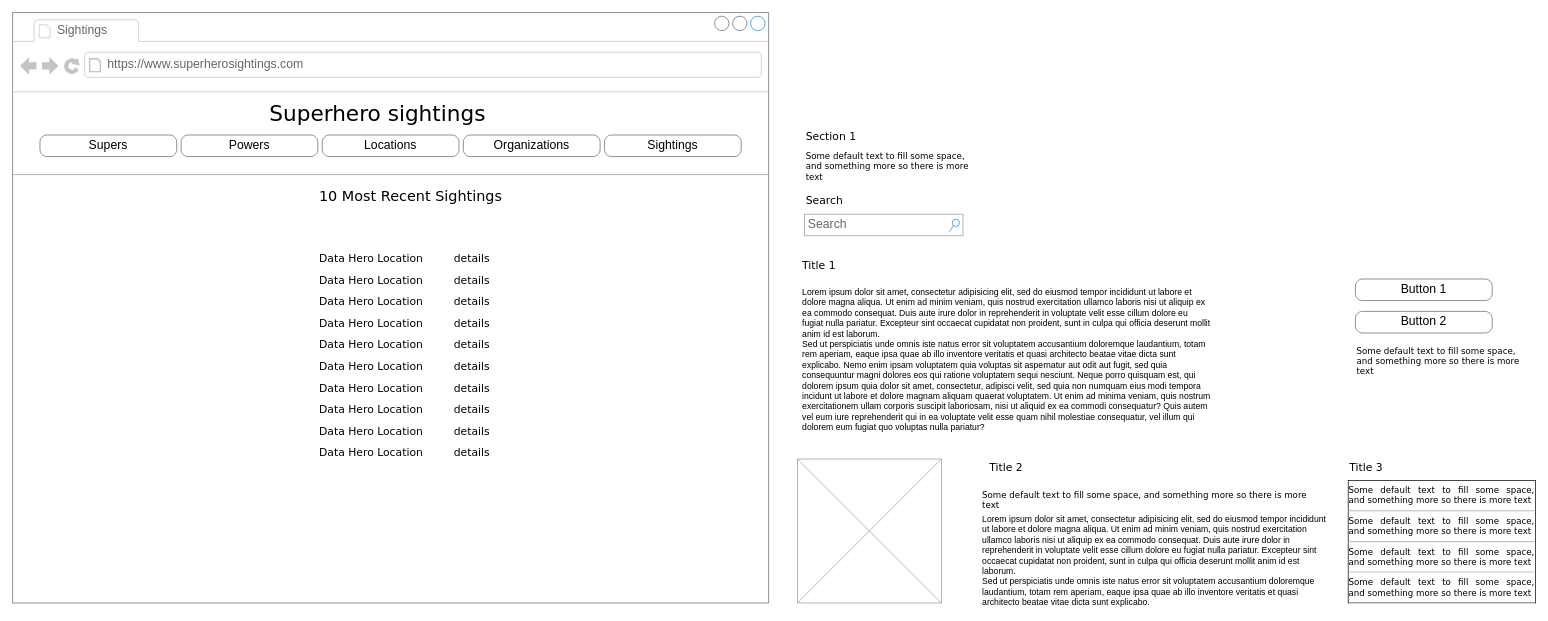
This is superherosighting-wireframes/wireframe_01_index.drawio from The-Software-Guild/superhero-sightings-cindyokino, a draw.io file, before an edit. Source tidied: cells renumbered, new cells numbered last; positions are measured from the earlier drawing's top-left corner, leaving out a move shared by most shapes. Both pictures are drawn from the tidied source at 72%, with x=0, y=0 at pixel (12, 12).
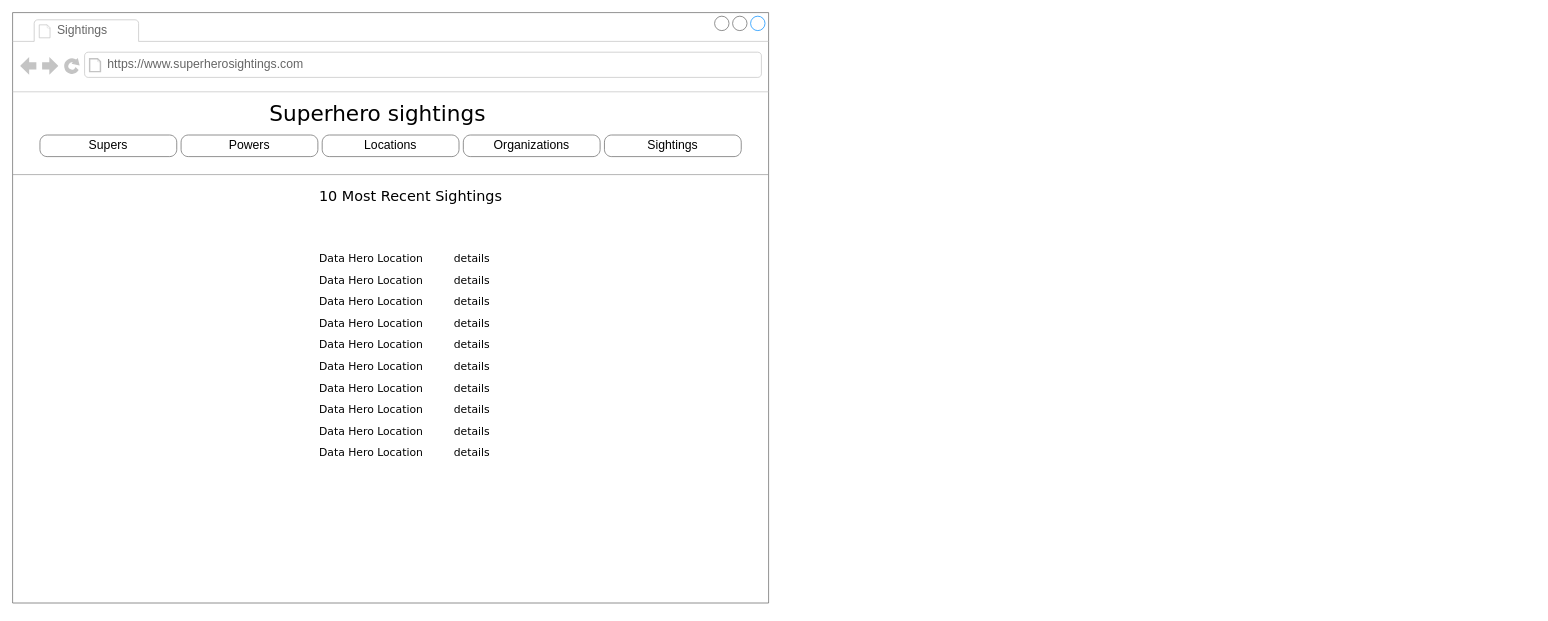
After the change.

Diff of the diagram source:
```diff
@@
-    <mxCell id="23" value="Section 1" style="text;html=1;align=left;verticalAlign=top;spacingTop=-4;fontSize=15;fontFamily=Verdana;" parent="1" vertex="1">
-      <mxGeometry x="1100" y="160" width="170" height="30" as="geometry" />
-    </mxCell>
-    <mxCell id="24" value="Some default text to fill some space, and&amp;nbsp;&lt;span&gt;something more so there is more text&lt;/span&gt;" style="text;html=1;align=left;verticalAlign=top;spacingTop=-4;fontSize=12;fontFamily=Verdana;whiteSpace=wrap;" parent="1" vertex="1">
-      <mxGeometry x="1100" y="190" width="240" height="40" as="geometry" />
-    </mxCell>
-    <mxCell id="25" value="Search" style="text;html=1;align=left;verticalAlign=top;spacingTop=-4;fontSize=15;fontFamily=Verdana;" parent="1" vertex="1">
-      <mxGeometry x="1100" y="250" width="170" height="30" as="geometry" />
-    </mxCell>
-    <mxCell id="26" value="Search" style="strokeWidth=1;shadow=0;dashed=0;align=center;html=1;shape=mxgraph.mockup.forms.searchBox;strokeColor=#999999;mainText=;strokeColor2=#008cff;fontColor=#666666;fontSize=17;align=left;spacingLeft=3;rounded=0;labelBackgroundColor=none;" parent="1" vertex="1">
-      <mxGeometry x="1100" y="280" width="220" height="30" as="geometry" />
-    </mxCell>
-    <mxCell id="27" value="Title 1" style="text;html=1;align=left;verticalAlign=top;spacingTop=-4;fontSize=15;fontFamily=Verdana;" parent="1" vertex="1">
-      <mxGeometry x="1095" y="340" width="170" height="30" as="geometry" />
-    </mxCell>
-    <mxCell id="28" value="Lorem ipsum dolor sit amet, consectetur adipisicing elit, sed do eiusmod tempor incididunt ut labore et dolore magna aliqua. Ut enim ad minim veniam, quis nostrud exercitation ullamco laboris nisi ut aliquip ex ea commodo consequat. Duis aute irure dolor in reprehenderit in voluptate velit esse cillum dolore eu fugiat nulla pariatur. Excepteur sint occaecat cupidatat non proident, sunt in culpa qui officia deserunt mollit anim id est laborum.&#10;Sed ut perspiciatis unde omnis iste natus error sit voluptatem accusantium doloremque laudantium, totam rem aperiam, eaque ipsa quae ab illo inventore veritatis et quasi architecto beatae vitae dicta sunt explicabo. Nemo enim ipsam voluptatem quia voluptas sit aspernatur aut odit aut fugit, sed quia consequuntur magni dolores eos qui ratione voluptatem sequi nesciunt. Neque porro quisquam est, qui dolorem ipsum quia dolor sit amet, consectetur, adipisci velit, sed quia non numquam eius modi tempora incidunt ut labore et dolore magnam aliquam quaerat voluptatem. Ut enim ad minima veniam, quis nostrum exercitationem ullam corporis suscipit laboriosam, nisi ut aliquid ex ea commodi consequatur? Quis autem vel eum iure reprehenderit qui in ea voluptate velit esse quam nihil molestiae consequatur, vel illum qui dolorem eum fugiat quo voluptas nulla pariatur?" style="text;spacingTop=-5;whiteSpace=wrap;html=1;align=left;fontSize=12;fontFamily=Helvetica;fillColor=none;strokeColor=none;rounded=0;shadow=1;labelBackgroundColor=none;" parent="1" vertex="1">
-      <mxGeometry x="1095" y="380" width="570" height="240" as="geometry" />
-    </mxCell>
-    <mxCell id="29" style="verticalLabelPosition=bottom;shadow=0;dashed=0;align=center;html=1;verticalAlign=top;strokeWidth=1;shape=mxgraph.mockup.graphics.simpleIcon;strokeColor=#999999;fillColor=#ffffff;rounded=0;labelBackgroundColor=none;fontFamily=Verdana;fontSize=12;fontColor=#000000;" parent="1" vertex="1">
-      <mxGeometry x="1090" y="620" width="200" height="200" as="geometry" />
-    </mxCell>
-    <mxCell id="30" value="Lorem ipsum dolor sit amet, consectetur adipisicing elit, sed do eiusmod tempor incididunt ut labore et dolore magna aliqua. Ut enim ad minim veniam, quis nostrud exercitation ullamco laboris nisi ut aliquip ex ea commodo consequat. Duis aute irure dolor in reprehenderit in voluptate velit esse cillum dolore eu fugiat nulla pariatur. Excepteur sint occaecat cupidatat non proident, sunt in culpa qui officia deserunt mollit anim id est laborum.&lt;br&gt;Sed ut perspiciatis unde omnis iste natus error sit voluptatem accusantium doloremque laudantium, totam rem aperiam, eaque ipsa quae ab illo inventore veritatis et quasi architecto beatae vitae dicta sunt explicabo.&amp;nbsp;" style="text;spacingTop=-5;whiteSpace=wrap;html=1;align=left;fontSize=12;fontFamily=Helvetica;fillColor=none;strokeColor=none;rounded=0;shadow=1;labelBackgroundColor=none;" parent="1" vertex="1">
-      <mxGeometry x="1345" y="695" width="490" height="125" as="geometry" />
-    </mxCell>
-    <mxCell id="31" value="Title 2" style="text;html=1;align=left;verticalAlign=top;spacingTop=-4;fontSize=15;fontFamily=Verdana;" parent="1" vertex="1">
-      <mxGeometry x="1355" y="620" width="170" height="30" as="geometry" />
-    </mxCell>
-    <mxCell id="32" value="Some default text to fill some space, and&amp;nbsp;&lt;span&gt;something more so there is more text&lt;/span&gt;" style="text;html=1;align=left;verticalAlign=top;spacingTop=-4;fontSize=12;fontFamily=Verdana;whiteSpace=wrap;" parent="1" vertex="1">
-      <mxGeometry x="1345" y="660" width="470" height="40" as="geometry" />
-    </mxCell>
-    <mxCell id="33" value="Button 2" style="strokeWidth=1;shadow=0;dashed=0;align=center;html=1;shape=mxgraph.mockup.buttons.button;strokeColor=#666666;mainText=;buttonStyle=round;fontSize=17;fontStyle=0;fillColor=none;whiteSpace=wrap;rounded=0;labelBackgroundColor=none;" parent="1" vertex="1">
-      <mxGeometry x="1865" y="415" width="190" height="30" as="geometry" />
-    </mxCell>
-    <mxCell id="34" value="Button 1" style="strokeWidth=1;shadow=0;dashed=0;align=center;html=1;shape=mxgraph.mockup.buttons.button;strokeColor=#666666;mainText=;buttonStyle=round;fontSize=17;fontStyle=0;fillColor=none;whiteSpace=wrap;rounded=0;labelBackgroundColor=none;" parent="1" vertex="1">
-      <mxGeometry x="1865" y="370" width="190" height="30" as="geometry" />
-    </mxCell>
-    <mxCell id="35" value="Some default text to fill some space, and&amp;nbsp;&lt;span&gt;something more so there is more text&lt;/span&gt;" style="text;html=1;align=left;verticalAlign=top;spacingTop=-4;fontSize=12;fontFamily=Verdana;whiteSpace=wrap;" parent="1" vertex="1">
-      <mxGeometry x="1865" y="460" width="240" height="40" as="geometry" />
-    </mxCell>
-    <mxCell id="36" value="&lt;div style=&quot;text-align: justify&quot;&gt;&lt;span&gt;Some default text to fill some space, and&amp;nbsp;&lt;/span&gt;&lt;span&gt;something more so there is more text&lt;/span&gt;&lt;/div&gt;&lt;div style=&quot;text-align: justify&quot;&gt;&lt;hr id=&quot;null&quot; style=&quot;text-align: justify&quot;&gt;&lt;span&gt;&lt;div style=&quot;text-align: justify&quot;&gt;&lt;span&gt;Some default text to fill some space, and&amp;nbsp;&lt;/span&gt;&lt;span&gt;something more so there is more text&lt;/span&gt;&lt;/div&gt;&lt;/span&gt;&lt;/div&gt;&lt;hr id=&quot;null&quot; style=&quot;text-align: justify&quot;&gt;&lt;span&gt;&lt;div style=&quot;text-align: justify&quot;&gt;&lt;span&gt;Some default text to fill some space, and&amp;nbsp;&lt;/span&gt;&lt;span&gt;something more so there is more text&lt;/span&gt;&lt;/div&gt;&lt;/span&gt;&lt;hr id=&quot;null&quot; style=&quot;text-align: justify&quot;&gt;&lt;span&gt;&lt;div style=&quot;text-align: justify&quot;&gt;&lt;span&gt;Some default text to fill some space, and&amp;nbsp;&lt;/span&gt;&lt;span&gt;something more so there is more text&lt;/span&gt;&lt;/div&gt;&lt;/span&gt;&lt;hr id=&quot;null&quot; style=&quot;text-align: left&quot;&gt;" style="whiteSpace=wrap;html=1;rounded=0;shadow=0;labelBackgroundColor=none;strokeWidth=1;fontFamily=Verdana;fontSize=12;align=center;verticalAlign=top;" parent="1" vertex="1">
-      <mxGeometry x="1855" y="650" width="260" height="170" as="geometry" />
-    </mxCell>
-    <mxCell id="37" value="Title 3" style="text;html=1;align=left;verticalAlign=top;spacingTop=-4;fontSize=15;fontFamily=Verdana;" parent="1" vertex="1">
-      <mxGeometry x="1855" y="620" width="170" height="30" as="geometry" />
-    </mxCell>
```
